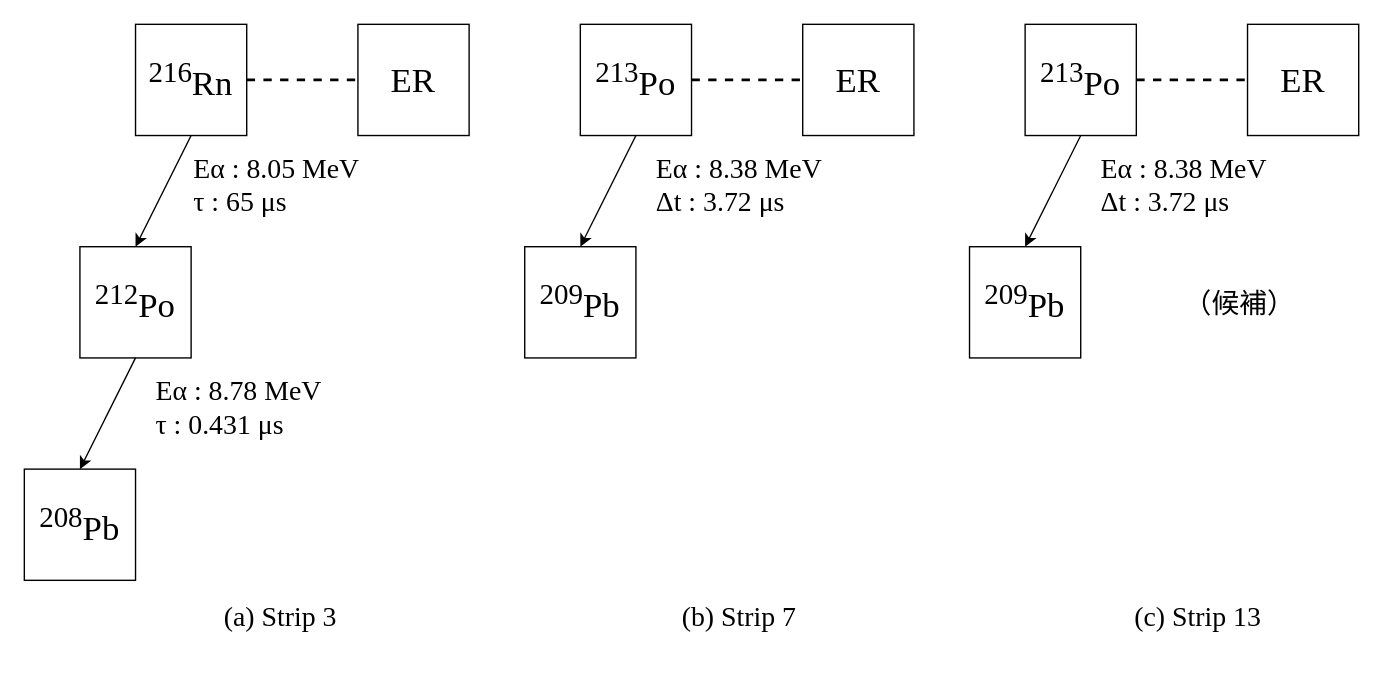
Above: XMLfile/名称未設定ファイル.drawio in Kohta-jp/graph (draw.io), before the change. Source tidied: cells renumbered, new cells numbered last; positions are measured from the earlier drawing's top-left corner, leaving out a move shared by most shapes. Both pictures are drawn from the tidied source at 139%, with x=0, y=0 at pixel (24, 24).
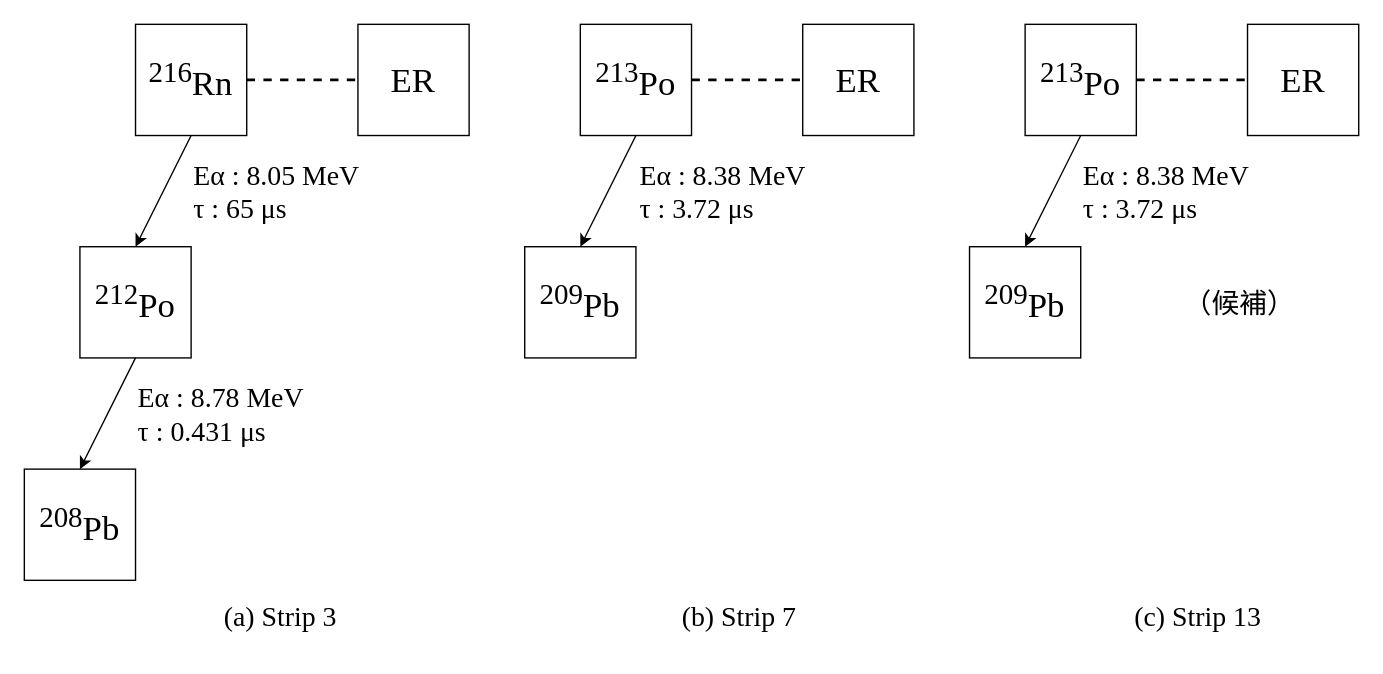
After the change.

Commit message:
名称未設定ファイル.drawio を更新します

What changed in the source:
```diff
@@
-    <mxCell id="9" value="&lt;font style=&quot;font-size: 20px;&quot;&gt;Eα : 8.05 MeV&lt;br style=&quot;font-size: 20px;&quot;&gt;&lt;div style=&quot;font-size: 20px;&quot;&gt;&lt;span style=&quot;background-color: initial; font-size: 20px;&quot;&gt;τ : 65 μs&lt;/span&gt;&lt;/div&gt;&lt;/font&gt;" style="text;html=1;strokeColor=none;fillColor=none;align=left;verticalAlign=middle;whiteSpace=wrap;rounded=0;labelPosition=center;verticalLabelPosition=middle;spacing=2;fontFamily=Times New Roman;fontSize=20;" parent="1" vertex="1">
-      <mxGeometry x="120" y="90" width="149" height="50" as="geometry" />
+    <mxCell id="9" value="&lt;font style=&quot;font-size: 20px;&quot;&gt;Eα : 8.05 MeV&lt;/font&gt;&lt;div&gt;&lt;span style=&quot;background-color: initial;&quot;&gt;τ : 65 μs&lt;/span&gt;&lt;/div&gt;" style="text;html=1;strokeColor=none;fillColor=none;align=left;verticalAlign=middle;whiteSpace=wrap;rounded=0;labelPosition=center;verticalLabelPosition=middle;spacing=2;fontFamily=Times New Roman;fontSize=20;" parent="1" vertex="1">
+      <mxGeometry x="120" y="80" width="200" height="80" as="geometry" />
     </mxCell>
-    <mxCell id="10" value="&lt;font style=&quot;font-size: 20px;&quot;&gt;Eα : 8.78 MeV&lt;br style=&quot;font-size: 20px;&quot;&gt;&lt;div style=&quot;text-align: left; font-size: 20px;&quot;&gt;&lt;span style=&quot;background-color: initial;&quot;&gt;τ&lt;/span&gt;&lt;span style=&quot;background-color: initial; font-size: 20px;&quot;&gt;&amp;nbsp;: 0.431&lt;/span&gt;&lt;span style=&quot;background-color: initial;&quot;&gt;&amp;nbsp;μs&lt;/span&gt;&lt;/div&gt;&lt;/font&gt;" style="text;html=1;strokeColor=none;fillColor=none;align=center;verticalAlign=middle;whiteSpace=wrap;rounded=0;labelPosition=center;verticalLabelPosition=middle;spacing=2;fontFamily=Times New Roman;fontSize=20;" parent="1" vertex="1">
-      <mxGeometry x="80" y="250" width="149" height="50" as="geometry" />
+    <mxCell id="10" value="&lt;font style=&quot;font-size: 20px;&quot;&gt;Eα : 8.78 MeV&lt;/font&gt;&lt;div&gt;&lt;span style=&quot;background-color: initial;&quot;&gt;τ&lt;/span&gt;&lt;span style=&quot;background-color: initial;&quot;&gt;&amp;nbsp;: 0.431&lt;/span&gt;&lt;span style=&quot;background-color: initial;&quot;&gt;&amp;nbsp;μs&lt;/span&gt;&lt;/div&gt;" style="text;html=1;strokeColor=none;fillColor=none;align=left;verticalAlign=middle;whiteSpace=wrap;rounded=0;labelPosition=center;verticalLabelPosition=middle;spacing=2;fontFamily=Times New Roman;fontSize=20;" parent="1" vertex="1">
+      <mxGeometry x="80" y="240" width="160" height="80" as="geometry" />
     </mxCell>
@@
-    <mxCell id="17" value="&lt;font style=&quot;font-size: 20px;&quot;&gt;Eα : 8.38 MeV&lt;br style=&quot;font-size: 20px;&quot;&gt;&lt;div style=&quot;text-align: left; font-size: 20px;&quot;&gt;&lt;span style=&quot;background-color: initial; font-size: 20px;&quot;&gt;Δt : 3.72&lt;/span&gt;&lt;span style=&quot;background-color: initial;&quot;&gt;&amp;nbsp;μs&lt;/span&gt;&lt;/div&gt;&lt;/font&gt;" style="text;html=1;strokeColor=none;fillColor=none;align=center;verticalAlign=middle;whiteSpace=wrap;rounded=0;labelPosition=center;verticalLabelPosition=middle;spacing=2;fontFamily=Times New Roman;fontSize=20;" parent="1" vertex="1">
-      <mxGeometry x="440" y="90" width="149" height="50" as="geometry" />
+    <mxCell id="17" value="&lt;font style=&quot;font-size: 20px;&quot;&gt;Eα : 8.38 MeV&lt;br&gt;&lt;/font&gt;&lt;span style=&quot;background-color: initial;&quot;&gt;τ&lt;/span&gt;&lt;span style=&quot;background-color: initial;&quot;&gt;&amp;nbsp;: 3.72&lt;/span&gt;&lt;span style=&quot;background-color: initial;&quot;&gt;&amp;nbsp;μs&lt;/span&gt;" style="text;html=1;strokeColor=none;fillColor=none;align=left;verticalAlign=middle;whiteSpace=wrap;rounded=0;labelPosition=center;verticalLabelPosition=middle;spacing=2;fontFamily=Times New Roman;fontSize=20;" parent="1" vertex="1">
+      <mxGeometry x="441" y="80" width="149" height="80" as="geometry" />
     </mxCell>
@@
-    <mxCell id="24" value="&lt;font style=&quot;font-size: 20px;&quot;&gt;Eα : 8.38 MeV&lt;br style=&quot;font-size: 20px;&quot;&gt;&lt;div style=&quot;text-align: left; font-size: 20px;&quot;&gt;&lt;span style=&quot;background-color: initial; font-size: 20px;&quot;&gt;Δt : 3.72&lt;/span&gt;&lt;span style=&quot;background-color: initial;&quot;&gt;&amp;nbsp;μs&lt;/span&gt;&lt;/div&gt;&lt;/font&gt;" style="text;html=1;strokeColor=none;fillColor=none;align=center;verticalAlign=middle;whiteSpace=wrap;rounded=0;labelPosition=center;verticalLabelPosition=middle;spacing=2;fontFamily=Times New Roman;fontSize=20;" parent="1" vertex="1">
-      <mxGeometry x="760" y="90" width="149" height="50" as="geometry" />
+    <mxCell id="24" value="&lt;font style=&quot;font-size: 20px;&quot;&gt;Eα : 8.38 MeV&lt;/font&gt;&lt;div&gt;&lt;span style=&quot;background-color: initial;&quot;&gt;τ&lt;/span&gt;&lt;span style=&quot;background-color: initial;&quot;&gt;&amp;nbsp;: 3.72&lt;/span&gt;&lt;span style=&quot;background-color: initial;&quot;&gt;&amp;nbsp;μs&lt;/span&gt;&lt;/div&gt;" style="text;html=1;strokeColor=none;fillColor=none;align=left;verticalAlign=middle;whiteSpace=wrap;rounded=0;labelPosition=center;verticalLabelPosition=middle;spacing=2;fontFamily=Times New Roman;fontSize=20;" parent="1" vertex="1">
+      <mxGeometry x="760" y="80" width="149" height="80" as="geometry" />
     </mxCell>
```
